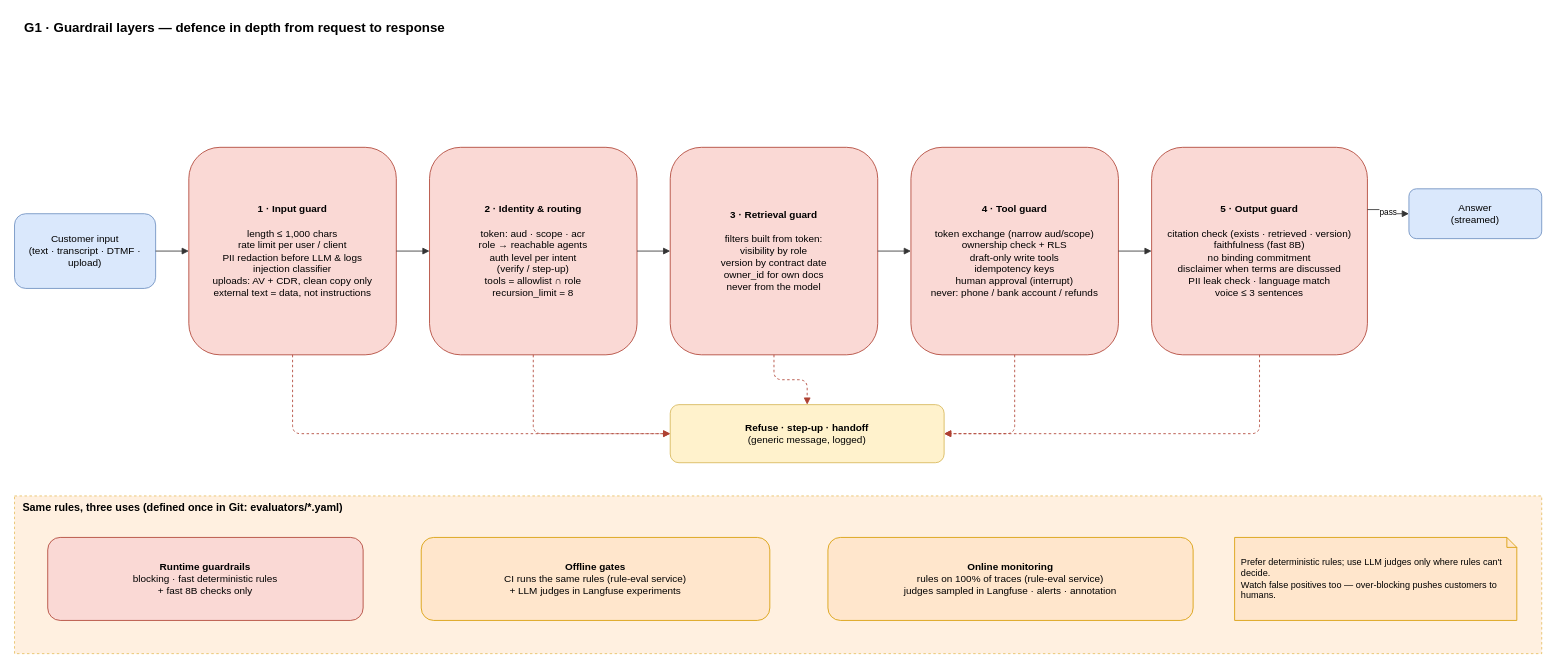
The draw.io diagram docs/diagrams/G1-guardrail-layers.drawio in airplanecraft/customer-support-agent, before the edit. Source tidied: cells renumbered, new cells numbered last; positions are measured from the earlier drawing's top-left corner, leaving out a move shared by most shapes. Both pictures are drawn from the tidied source at 83%, with x=0, y=0 at pixel (14, 14).
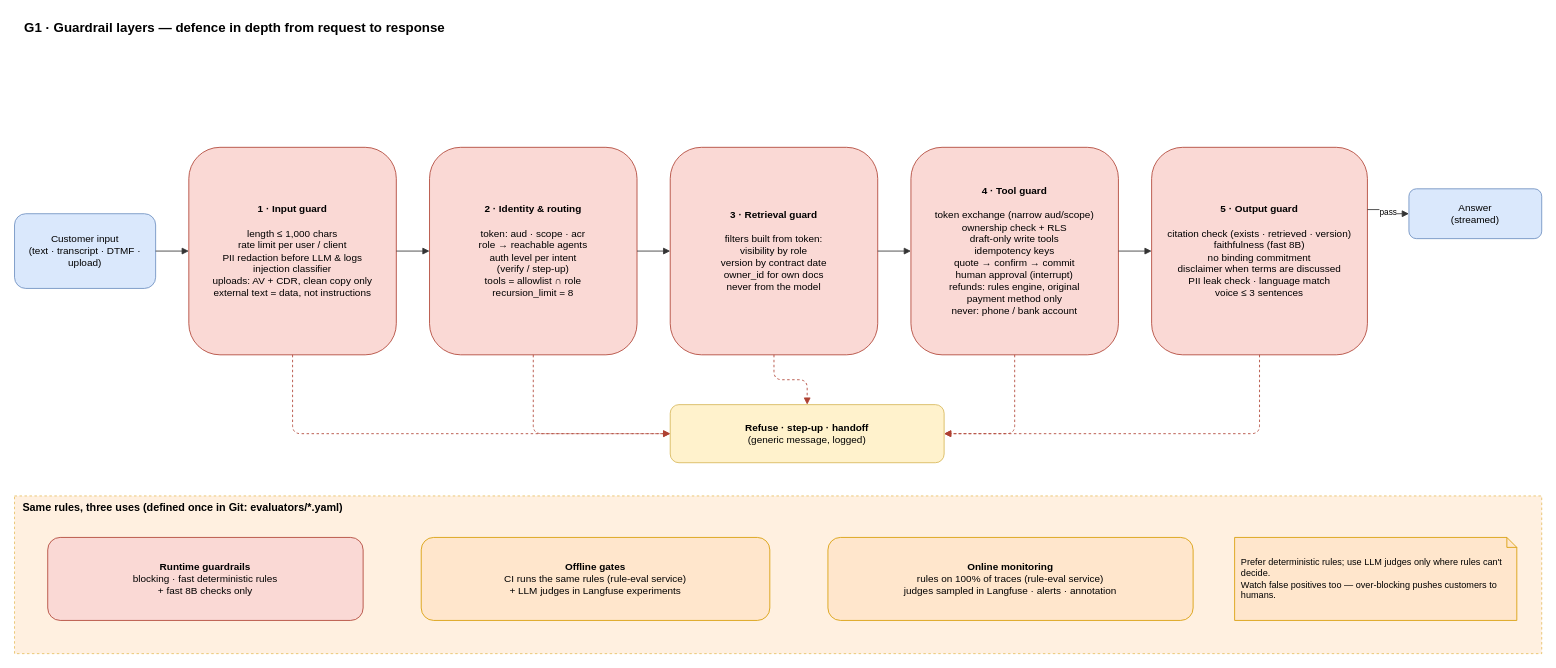
Above is the later version.

Commit message (it also covers changes not shown here):
Add tool and API contracts (4.6), order and refund flows (C5, C6)

Diff of the diagram source:
```diff
@@
-    <mxCell id="7" value="&lt;b&gt;4 · Tool guard&lt;/b&gt;&lt;br&gt;&lt;br&gt;token exchange (narrow aud/scope)&lt;br&gt;ownership check + RLS&lt;br&gt;draft-only write tools&lt;br&gt;idempotency keys&lt;br&gt;human approval (interrupt)&lt;br&gt;never: phone / bank account / refunds" style="rounded=1;whiteSpace=wrap;html=1;fillColor=#fad9d5;strokeColor=#ae4132;fontSize=12;" parent="1" vertex="1">
+    <mxCell id="7" value="&lt;b&gt;4 · Tool guard&lt;/b&gt;&lt;br&gt;&lt;br&gt;token exchange (narrow aud/scope)&lt;br&gt;ownership check + RLS&lt;br&gt;draft-only write tools&lt;br&gt;idempotency keys&lt;br&gt;quote → confirm → commit&lt;br&gt;human approval (interrupt)&lt;br&gt;refunds: rules engine, original&lt;br&gt;payment method only&lt;br&gt;never: phone / bank account" style="rounded=1;whiteSpace=wrap;html=1;fillColor=#fad9d5;strokeColor=#ae4132;fontSize=12;" parent="1" vertex="1">
       <mxGeometry x="1080" y="160" width="250" height="250" as="geometry" />
     </mxCell>
```
